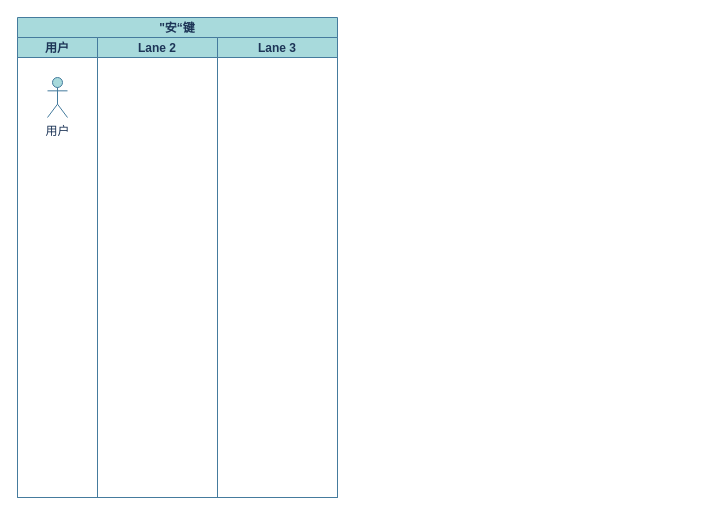
Above: page "“安”键切换" (9 of 9) of Untitled Diagram.drawio in LXX1029/process (draw.io), before the change. Source tidied: cells renumbered, new cells numbered last; positions are measured from the earlier drawing's top-left corner, leaving out a move shared by most shapes. Both pictures are drawn from the tidied source at 100%, with x=0, y=0 at pixel (17, 17).
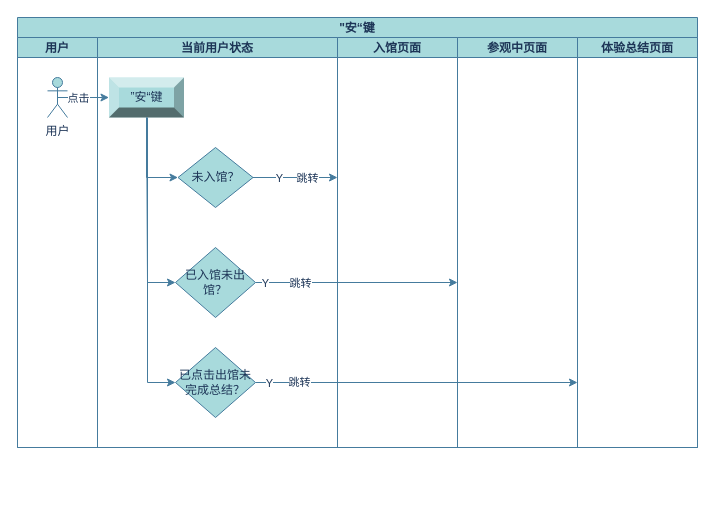
The same page after the edit.

Unchanged cells that the change refers to:
```xml
<mxCell id="4" value="用户" style="shape=umlActor;verticalLabelPosition=bottom;verticalAlign=top;html=1;outlineConnect=0;rounded=0;sketch=0;fontColor=#1D3557;strokeColor=#457B9D;fillColor=#A8DADC;" parent="3" vertex="1">
  <mxGeometry x="30" y="40" width="20" height="40" as="geometry" />
</mxCell>
```

What changed in the source:
```diff
@@
     <mxCell id="2" value="&quot;安“键" style="swimlane;startSize=20;rounded=0;sketch=0;fontColor=#1D3557;strokeColor=#457B9D;fillColor=#A8DADC;" parent="1" vertex="1">
-      <mxGeometry width="320" height="480" as="geometry" />
+      <mxGeometry width="680" height="430" as="geometry" />
     </mxCell>
     <mxCell id="3" value="用户" style="swimlane;startSize=20;rounded=0;sketch=0;fontColor=#1D3557;strokeColor=#457B9D;fillColor=#A8DADC;" parent="2" vertex="1">
-      <mxGeometry y="20" width="80" height="460" as="geometry" />
+      <mxGeometry y="20" width="80" height="410" as="geometry" />
     </mxCell>
@@
-    <mxCell id="5" value="Lane 2" style="swimlane;startSize=20;rounded=0;sketch=0;fontColor=#1D3557;strokeColor=#457B9D;fillColor=#A8DADC;" parent="2" vertex="1">
-      <mxGeometry x="80" y="20" width="120" height="460" as="geometry" />
+    <mxCell id="5" value="当前用户状态" style="swimlane;startSize=20;rounded=0;sketch=0;fontColor=#1D3557;strokeColor=#457B9D;fillColor=#A8DADC;" parent="2" vertex="1">
+      <mxGeometry x="80" y="20" width="240" height="410" as="geometry" />
     </mxCell>
+    <mxCell id="7" value="”安“键" style="labelPosition=center;verticalLabelPosition=middle;align=center;html=1;shape=mxgraph.basic.shaded_button;dx=10;fillColor=#A8DADC;strokeColor=none;rounded=0;sketch=0;fontColor=#1D3557;" parent="5" vertex="1">
+      <mxGeometry x="11.5" y="40" width="75" height="40" as="geometry" />
+    </mxCell>
+    <mxCell id="8" value="未入馆？" style="rhombus;whiteSpace=wrap;html=1;rounded=0;sketch=0;fontColor=#1D3557;strokeColor=#457B9D;fillColor=#A8DADC;" parent="5" vertex="1">
+      <mxGeometry x="80.5" y="110" width="75" height="60" as="geometry" />
+    </mxCell>
+    <mxCell id="9" style="endArrow=classic;html=1;rounded=0;sketch=0;fontColor=#1D3557;strokeColor=#457B9D;fillColor=#A8DADC;" parent="5" edge="1" source="7" target="8">
+      <mxGeometry relative="1" as="geometry">
+        <Array as="points">
+          <mxPoint x="49" y="140" />
+        </Array>
+      </mxGeometry>
+    </mxCell>
+    <mxCell id="10" value="已入馆未出馆？" style="rhombus;whiteSpace=wrap;html=1;fillColor=#A8DADC;strokeColor=#457B9D;fontColor=#1D3557;rounded=0;sketch=0;" parent="5" vertex="1">
+      <mxGeometry x="78" y="210" width="80" height="70" as="geometry" />
+    </mxCell>
+    <mxCell id="11" value="已点击出馆未完成总结？" style="rhombus;whiteSpace=wrap;html=1;fillColor=#A8DADC;strokeColor=#457B9D;fontColor=#1D3557;rounded=0;sketch=0;" parent="5" vertex="1">
+      <mxGeometry x="78" y="310" width="80" height="70" as="geometry" />
+    </mxCell>
+    <mxCell id="12" style="endArrow=classic;html=1;rounded=0;sketch=0;fontColor=#1D3557;strokeColor=#457B9D;fillColor=#A8DADC;entryX=0;entryY=0.5;entryDx=0;entryDy=0;" parent="5" edge="1" source="7" target="10">
+      <mxGeometry relative="1" as="geometry">
+        <Array as="points">
+          <mxPoint x="50" y="245" />
+        </Array>
+      </mxGeometry>
+    </mxCell>
-    <mxCell id="6" value="Lane 3" style="swimlane;startSize=20;rounded=0;sketch=0;fontColor=#1D3557;strokeColor=#457B9D;fillColor=#A8DADC;" parent="2" vertex="1">
-      <mxGeometry x="200" y="20" width="120" height="460" as="geometry" />
+    <mxCell id="6" value="入馆页面" style="swimlane;startSize=20;rounded=0;sketch=0;fontColor=#1D3557;strokeColor=#457B9D;fillColor=#A8DADC;" parent="2" vertex="1">
+      <mxGeometry x="320" y="20" width="120" height="410" as="geometry" />
     </mxCell>
+    <mxCell id="13" style="endArrow=classic;html=1;rounded=0;sketch=0;fontColor=#1D3557;strokeColor=#457B9D;fillColor=#A8DADC;exitX=0.5;exitY=0.5;exitDx=0;exitDy=0;exitPerimeter=0;" parent="2" edge="1" source="4" target="7">
+      <mxGeometry relative="1" as="geometry" />
+    </mxCell>
+    <mxCell id="14" value="点击" style="edgeLabel;html=1;align=center;verticalAlign=middle;fontColor=#1D3557;" parent="13" vertex="1">
+      <mxGeometry x="-0.22" relative="1" as="geometry" />
+    </mxCell>
+    <mxCell id="15" value="参观中页面" style="swimlane;startSize=20;rounded=0;sketch=0;fontColor=#1D3557;strokeColor=#457B9D;fillColor=#A8DADC;" parent="2" vertex="1">
+      <mxGeometry x="440" y="20" width="120" height="410" as="geometry" />
+    </mxCell>
+    <mxCell id="16" value="体验总结页面" style="swimlane;startSize=20;rounded=0;sketch=0;fontColor=#1D3557;strokeColor=#457B9D;fillColor=#A8DADC;" parent="2" vertex="1">
+      <mxGeometry x="560" y="20" width="120" height="410" as="geometry" />
+    </mxCell>
+    <mxCell id="17" style="endArrow=classic;html=1;rounded=0;sketch=0;fontColor=#1D3557;strokeColor=#457B9D;fillColor=#A8DADC;exitX=1;exitY=0.5;exitDx=0;exitDy=0;" parent="2" edge="1" source="11">
+      <mxGeometry relative="1" as="geometry">
+        <mxPoint x="560" y="365" as="targetPoint" />
+      </mxGeometry>
+    </mxCell>
+    <mxCell id="18" value="Y" style="edgeLabel;html=1;align=center;verticalAlign=middle;fontColor=#1D3557;" parent="17" vertex="1">
+      <mxGeometry x="-0.89" relative="1" as="geometry">
+        <mxPoint x="-5" as="offset" />
+      </mxGeometry>
+    </mxCell>
+    <mxCell id="19" value="跳转" style="edgeLabel;html=1;align=center;verticalAlign=middle;fontColor=#1D3557;" parent="17" vertex="1">
+      <mxGeometry x="-0.72" y="-2" relative="1" as="geometry">
+        <mxPoint x="-2" y="-3" as="offset" />
+      </mxGeometry>
+    </mxCell>
+    <mxCell id="20" style="endArrow=classic;html=1;rounded=0;sketch=0;fontColor=#1D3557;strokeColor=#457B9D;fillColor=#A8DADC;exitX=1;exitY=0.5;exitDx=0;exitDy=0;" parent="1" edge="1" source="8">
+      <mxGeometry relative="1" as="geometry">
+        <mxPoint x="320" y="160" as="targetPoint" />
+      </mxGeometry>
+    </mxCell>
+    <mxCell id="21" value="Y" style="edgeLabel;html=1;align=center;verticalAlign=middle;fontColor=#1D3557;" parent="20" vertex="1">
+      <mxGeometry x="0.41" y="1" relative="1" as="geometry">
+        <mxPoint x="-34" y="1" as="offset" />
+      </mxGeometry>
+    </mxCell>
+    <mxCell id="22" value="跳转" style="edgeLabel;html=1;align=center;verticalAlign=middle;fontColor=#1D3557;" parent="20" vertex="1">
+      <mxGeometry x="0.44" relative="1" as="geometry">
+        <mxPoint x="-7" as="offset" />
+      </mxGeometry>
+    </mxCell>
+    <mxCell id="23" style="endArrow=classic;html=1;rounded=0;sketch=0;fontColor=#1D3557;strokeColor=#457B9D;fillColor=#A8DADC;exitX=1;exitY=0.5;exitDx=0;exitDy=0;" parent="1" edge="1" source="10">
+      <mxGeometry relative="1" as="geometry">
+        <mxPoint x="440" y="265" as="targetPoint" />
+      </mxGeometry>
+    </mxCell>
+    <mxCell id="24" value="Y" style="edgeLabel;html=1;align=center;verticalAlign=middle;fontColor=#1D3557;" parent="23" vertex="1">
+      <mxGeometry x="-0.83" relative="1" as="geometry">
+        <mxPoint x="-8" as="offset" />
+      </mxGeometry>
+    </mxCell>
+    <mxCell id="25" value="跳转" style="edgeLabel;html=1;align=center;verticalAlign=middle;fontColor=#1D3557;" parent="23" vertex="1">
+      <mxGeometry x="-0.56" relative="1" as="geometry" />
+    </mxCell>
+    <mxCell id="26" style="endArrow=classic;html=1;rounded=0;sketch=0;fontColor=#1D3557;strokeColor=#457B9D;fillColor=#A8DADC;entryX=0;entryY=0.5;entryDx=0;entryDy=0;" parent="1" edge="1" target="11">
+      <mxGeometry relative="1" as="geometry">
+        <mxPoint x="130" y="100" as="sourcePoint" />
+        <Array as="points">
+          <mxPoint x="130" y="365" />
+        </Array>
+      </mxGeometry>
+    </mxCell>
```
